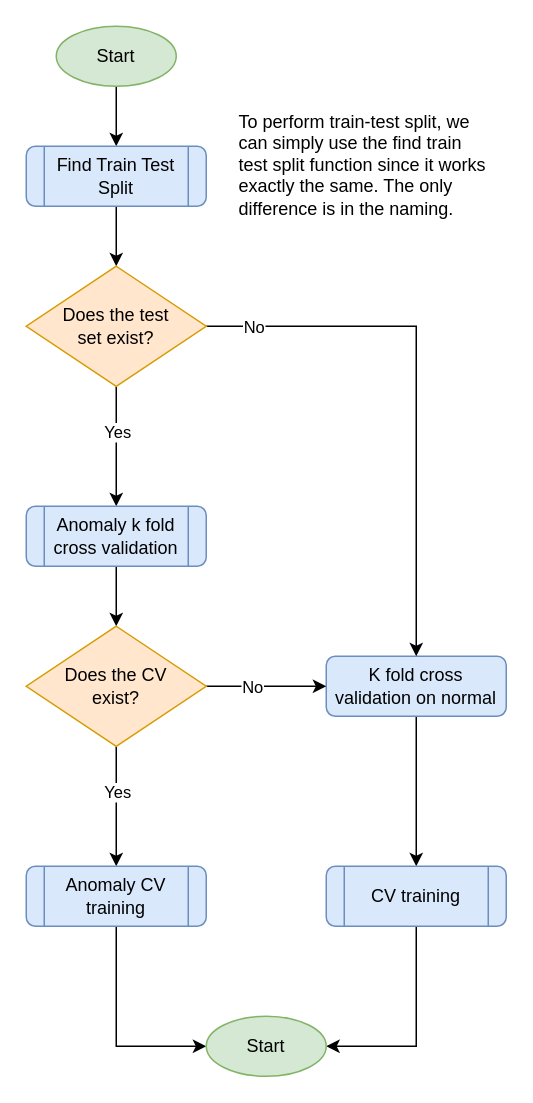
This is page "Pre-training" (1 of 2) of AnomalyDetection/FLOWCHARTS/Flowchart Model training.drawio from marcopetri98/2021-2022-thesis, a draw.io file, before an edit. Source tidied: cells renumbered, new cells numbered last; positions are measured from the earlier drawing's top-left corner, leaving out a move shared by most shapes. Both pictures are drawn from the tidied source at 150%, with x=0, y=0 at pixel (26, 26).
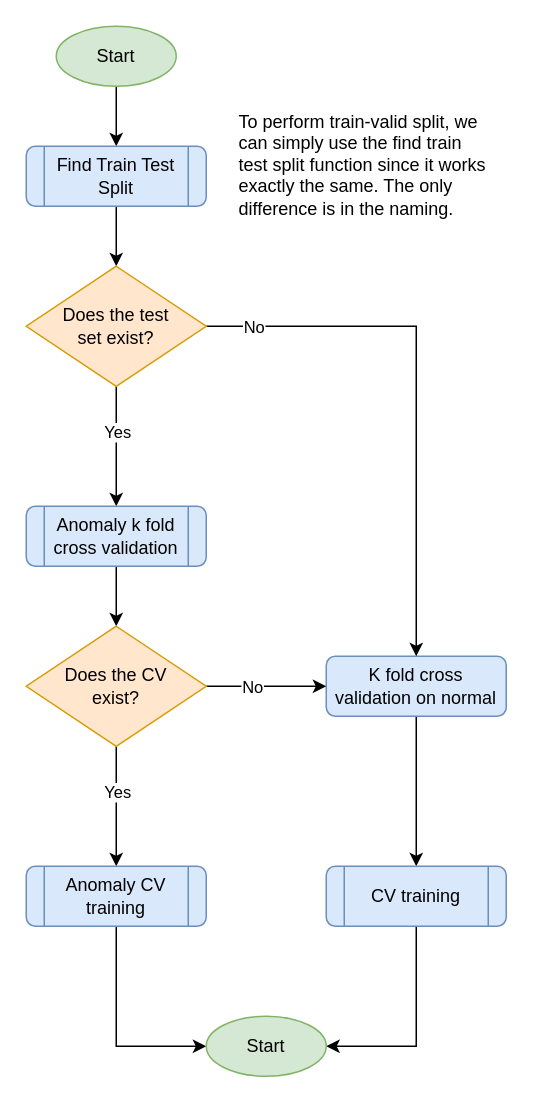
Above is the later version.

Diff of the diagram source:
```diff
@@
-    <mxCell id="25" value="To perform train-test split, we can simply use the find train test split function since it works exactly the same. The only difference is in the naming." style="text;html=1;strokeColor=none;fillColor=none;align=left;verticalAlign=top;whiteSpace=wrap;rounded=0;" parent="1" vertex="1">
+    <mxCell id="25" value="To perform train-valid split, we can simply use the find train test split function since it works exactly the same. The only difference is in the naming." style="text;html=1;strokeColor=none;fillColor=none;align=left;verticalAlign=top;whiteSpace=wrap;rounded=0;" parent="1" vertex="1">
       <mxGeometry x="140" y="50" width="170" height="90" as="geometry" />
     </mxCell>
```
